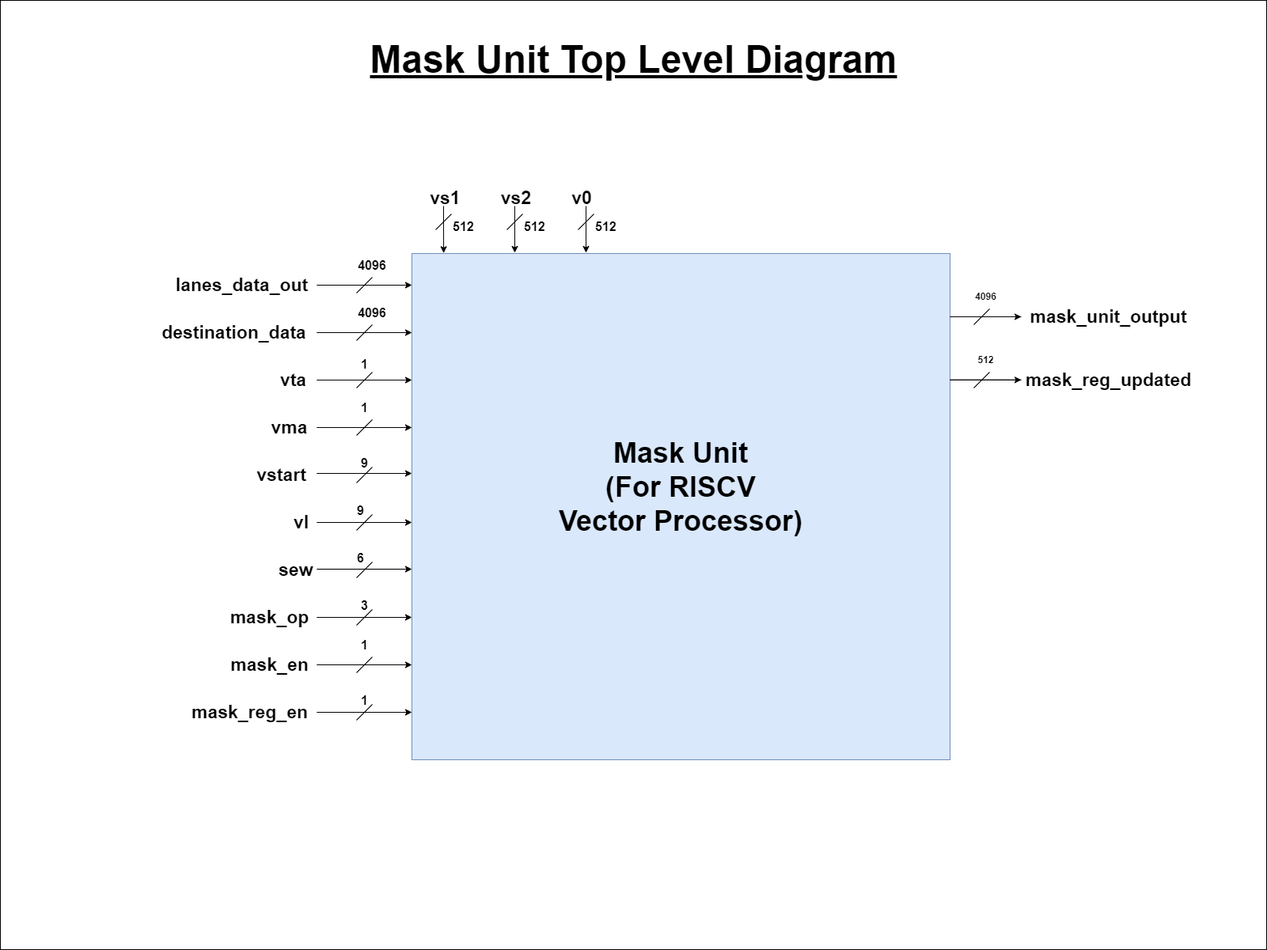
Earlier version of the draw.io export docs/maskunit_docs/vector_mask_unit_top_level.png (Fazail333/Vector-Co-processor). Source tidied: cells renumbered, new cells last; positions are measured from the earlier drawing's top-left corner, leaving out a move shared by most shapes.
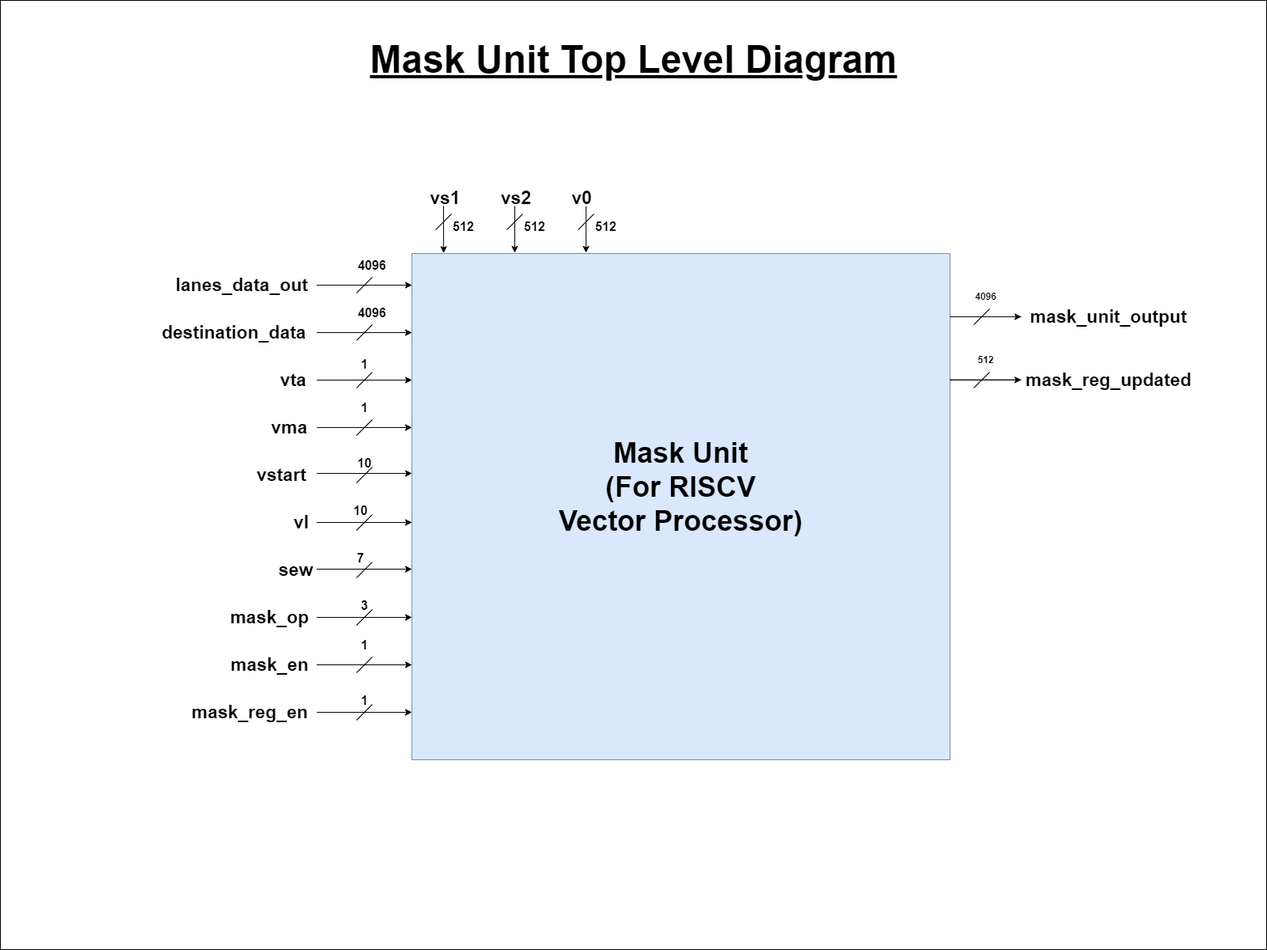
Later version of the same file.

Commit message:
Top_level_diagram_updated

What changed in the source:
```diff
@@ -266,13 +266,13 @@
     <mxCell id="43" value="&lt;b&gt;&lt;font style=&quot;font-size: 16px;&quot;&gt;1&lt;/font&gt;&lt;/b&gt;" style="text;html=1;align=center;verticalAlign=middle;strokeColor=none;fillColor=none;" parent="1" vertex="1">
       <mxGeometry x="445" y="500" width="30" height="30" as="geometry" />
     </mxCell>
-    <mxCell id="44" value="&lt;b&gt;&lt;font style=&quot;font-size: 16px;&quot;&gt;9&lt;/font&gt;&lt;/b&gt;" style="text;html=1;align=center;verticalAlign=middle;strokeColor=none;fillColor=none;" parent="1" vertex="1">
-      <mxGeometry x="445" y="570" width="30" height="30" as="geometry" />
+    <mxCell id="44" value="&lt;b&gt;&lt;font style=&quot;font-size: 16px;&quot;&gt;10&lt;/font&gt;&lt;/b&gt;" style="text;html=1;align=center;verticalAlign=middle;strokeColor=none;fillColor=none;" parent="1" vertex="1">
+      <mxGeometry x="440" y="570" width="40" height="30" as="geometry" />
     </mxCell>
-    <mxCell id="45" value="&lt;b&gt;&lt;font style=&quot;font-size: 16px;&quot;&gt;9&lt;/font&gt;&lt;/b&gt;" style="text;html=1;align=center;verticalAlign=middle;strokeColor=none;fillColor=none;" parent="1" vertex="1">
-      <mxGeometry x="440" y="630" width="30" height="30" as="geometry" />
+    <mxCell id="45" value="&lt;b&gt;&lt;font style=&quot;font-size: 16px;&quot;&gt;10&lt;/font&gt;&lt;/b&gt;" style="text;html=1;align=center;verticalAlign=middle;strokeColor=none;fillColor=none;" parent="1" vertex="1">
+      <mxGeometry x="435" y="630" width="40" height="30" as="geometry" />
     </mxCell>
-    <mxCell id="46" value="&lt;b&gt;&lt;font style=&quot;font-size: 16px;&quot;&gt;6&lt;/font&gt;&lt;/b&gt;" style="text;html=1;align=center;verticalAlign=middle;strokeColor=none;fillColor=none;" parent="1" vertex="1">
+    <mxCell id="46" value="&lt;b&gt;&lt;font style=&quot;font-size: 16px;&quot;&gt;7&lt;/font&gt;&lt;/b&gt;" style="text;html=1;align=center;verticalAlign=middle;strokeColor=none;fillColor=none;" parent="1" vertex="1">
       <mxGeometry x="440" y="690" width="30" height="30" as="geometry" />
     </mxCell>
     <mxCell id="47" style="endArrow=classic;html=1;rounded=0;" parent="1" edge="1">
```
